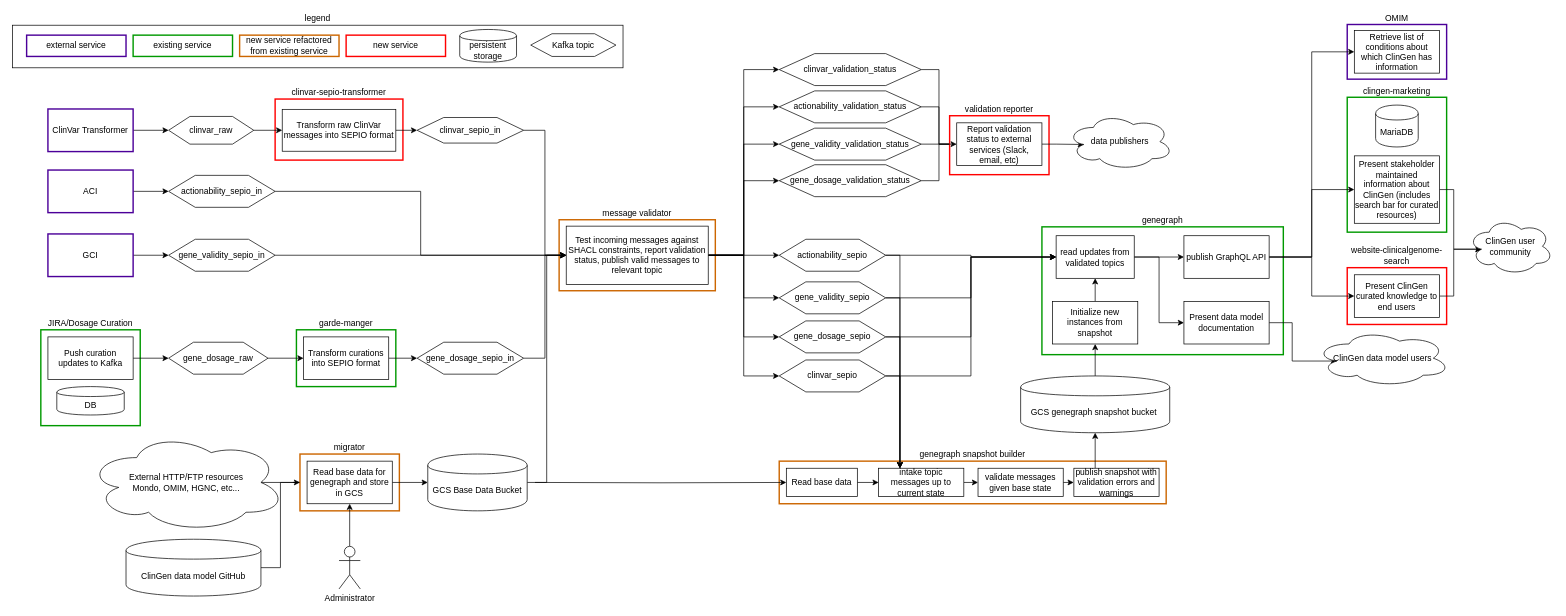
The draw.io diagram page "future" (2 of 3) of B/G ClinGen Architecture.drawio in clingen-data-model/architecture, before the edit. Source tidied: cells renumbered, new cells numbered last; positions are measured from the earlier drawing's top-left corner, leaving out a move shared by most shapes. Both pictures are drawn from the tidied source at 71%, with x=0, y=0 at pixel (12, 24).
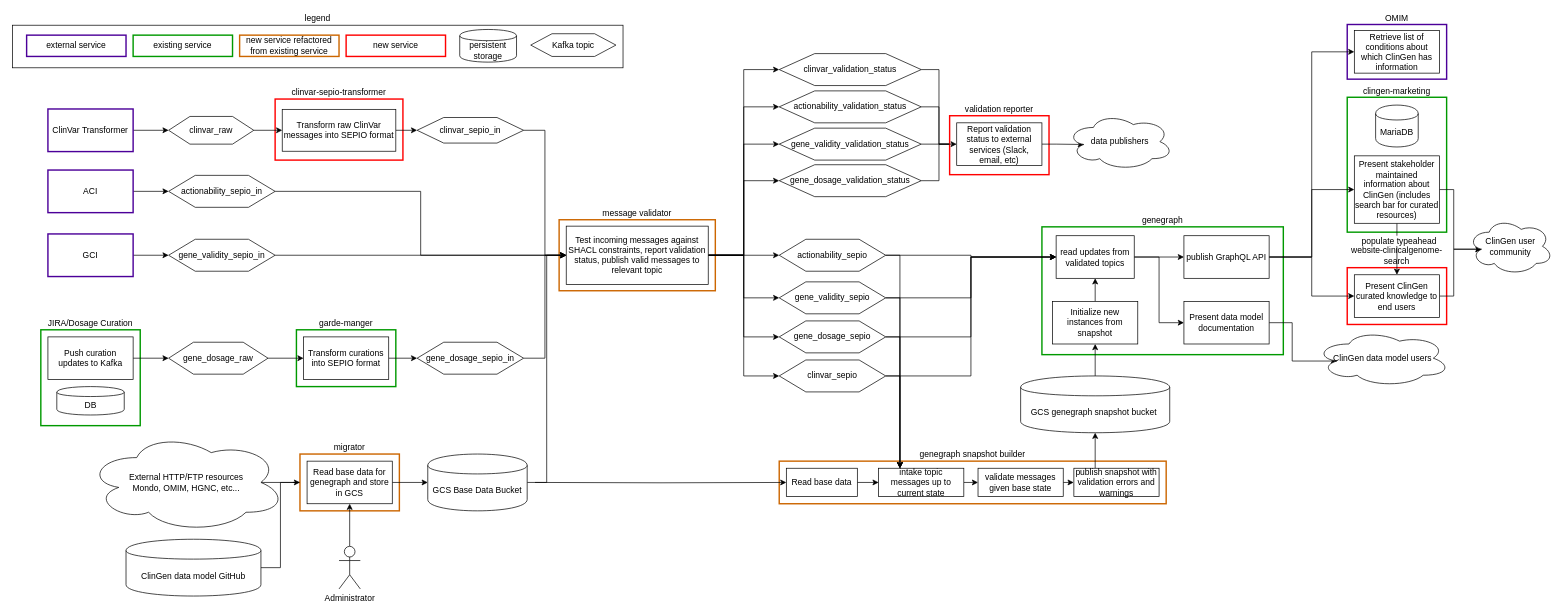
After the change.

The change refers to these unchanged cells:
```xml
<mxCell id="24" value="Present ClinGen curated knowledge to end users" style="rounded=0;whiteSpace=wrap;html=1;" parent="1" vertex="1">
  <mxGeometry x="1890" y="352.5" width="120" height="60" as="geometry" />
</mxCell>
<mxCell id="26" value="Present stakeholder maintained information about ClinGen (includes search bar for curated resources)" style="rounded=0;whiteSpace=wrap;html=1;" parent="1" vertex="1">
  <mxGeometry x="1890" y="185" width="120" height="95" as="geometry" />
</mxCell>
```

Change to the diagram source:
```diff
@@
+    <mxCell id="119" style="edgeStyle=orthogonalEdgeStyle;rounded=0;jettySize=auto;html=1;exitX=0.5;exitY=1;exitDx=0;exitDy=0;entryX=0.5;entryY=0;entryDx=0;entryDy=0;strokeColor=#000000;fontColor=#000000;" parent="1" edge="1" source="26" target="24">
+      <mxGeometry relative="1" as="geometry" />
+    </mxCell>
+    <mxCell id="120" value="populate typeahead" style="text;html=1;align=center;verticalAlign=middle;labelBackgroundColor=#ffffff;fontColor=#000000;" parent="119" vertex="1">
+      <mxGeometry x="-0.34" y="2" relative="1" as="geometry" />
+    </mxCell>
```
